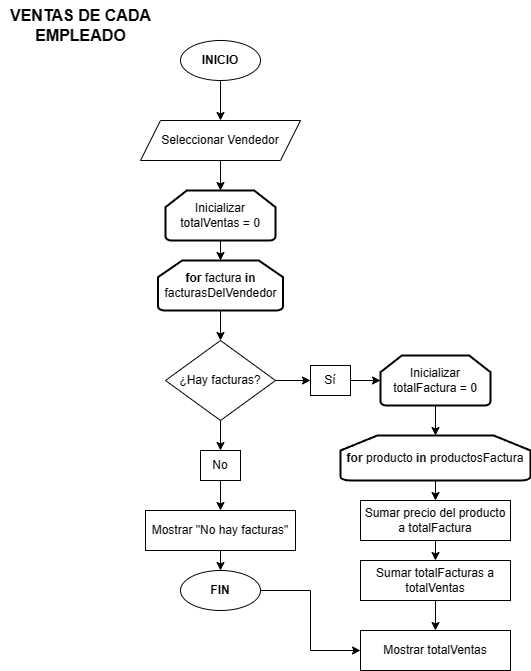
vitoriadelanachaves/diagramas_de_flujo keeps this draw.io diagram as VentasEmpleado.drawio.png. Above is the earlier version. Source tidied: cells renumbered, new cells last; positions are measured from the earlier drawing's top-left corner, leaving out a move shared by most shapes. Its diagram source:
```xml
<mxGraphModel>
  <root>
    <mxCell id="0" />
    <mxCell id="1" parent="0" />
    <mxCell id="2" value="Sí" style="rounded=0;whiteSpace=wrap;html=1;" parent="1" vertex="1">
      <mxGeometry x="310" y="365" width="40" height="30" as="geometry" />
    </mxCell>
    <mxCell id="3" style="edgeStyle=orthogonalEdgeStyle;rounded=0;jettySize=auto;html=1;exitX=0.5;exitY=1;exitDx=0;exitDy=0;entryX=0.5;entryY=0;entryDx=0;entryDy=0;" parent="1" edge="1" source="4" target="6">
      <mxGeometry relative="1" as="geometry" />
    </mxCell>
    <mxCell id="4" value="Sumar precio del producto a totalFactura" style="rounded=0;whiteSpace=wrap;html=1;" parent="1" vertex="1">
      <mxGeometry x="360" y="500" width="150" height="40" as="geometry" />
    </mxCell>
    <mxCell id="5" style="edgeStyle=orthogonalEdgeStyle;rounded=0;jettySize=auto;html=1;exitX=0.5;exitY=1;exitDx=0;exitDy=0;entryX=0.5;entryY=0;entryDx=0;entryDy=0;" parent="1" edge="1" source="6" target="16">
      <mxGeometry relative="1" as="geometry" />
    </mxCell>
    <mxCell id="6" value="Sumar totalFacturas a totalVentas" style="rounded=0;whiteSpace=wrap;html=1;" parent="1" vertex="1">
      <mxGeometry x="360" y="560" width="150" height="40" as="geometry" />
    </mxCell>
    <mxCell id="7" style="edgeStyle=orthogonalEdgeStyle;rounded=0;jettySize=auto;html=1;exitX=0.5;exitY=1;exitDx=0;exitDy=0;entryX=0.5;entryY=0;entryDx=0;entryDy=0;entryPerimeter=0;" parent="1" edge="1" source="8" target="17">
      <mxGeometry relative="1" as="geometry" />
    </mxCell>
    <mxCell id="8" value="Seleccionar Vendedor" style="shape=parallelogram;perimeter=parallelogramPerimeter;whiteSpace=wrap;html=1;fixedSize=1;" parent="1" vertex="1">
      <mxGeometry x="140" y="120" width="160" height="40" as="geometry" />
    </mxCell>
    <mxCell id="9" value="&lt;span style=&quot;font-size: 16px;&quot;&gt;&lt;b&gt;VENTAS DE CADA&lt;/b&gt;&lt;/span&gt;&lt;div&gt;&lt;span style=&quot;font-size: 16px;&quot;&gt;&lt;b&gt;EMPLEADO&lt;/b&gt;&lt;/span&gt;&lt;/div&gt;" style="text;html=1;align=center;verticalAlign=middle;strokeColor=none;fillColor=none;" parent="1" vertex="1">
      <mxGeometry width="160" height="50" as="geometry" />
    </mxCell>
    <mxCell id="10" style="edgeStyle=orthogonalEdgeStyle;rounded=0;jettySize=auto;html=1;exitX=0.5;exitY=1;exitDx=0;exitDy=0;entryX=0.5;entryY=0;entryDx=0;entryDy=0;" parent="1" edge="1" source="11" target="8">
      <mxGeometry relative="1" as="geometry" />
    </mxCell>
    <mxCell id="11" value="&lt;b&gt;INICIO&lt;/b&gt;" style="ellipse;whiteSpace=wrap;html=1;" parent="1" vertex="1">
      <mxGeometry x="180" y="40" width="80" height="40" as="geometry" />
    </mxCell>
    <mxCell id="12" style="edgeStyle=orthogonalEdgeStyle;rounded=0;jettySize=auto;html=1;exitX=1;exitY=0.5;exitDx=0;exitDy=0;entryX=0;entryY=0.5;entryDx=0;entryDy=0;" parent="1" edge="1" source="13" target="16">
      <mxGeometry relative="1" as="geometry" />
    </mxCell>
    <mxCell id="13" value="&lt;b&gt;FIN&lt;/b&gt;" style="ellipse;whiteSpace=wrap;html=1;" parent="1" vertex="1">
      <mxGeometry x="180" y="570" width="80" height="40" as="geometry" />
    </mxCell>
    <mxCell id="14" style="edgeStyle=orthogonalEdgeStyle;rounded=0;jettySize=auto;html=1;exitX=0.5;exitY=1;exitDx=0;exitDy=0;entryX=0.5;entryY=0;entryDx=0;entryDy=0;" parent="1" edge="1" source="15" target="28">
      <mxGeometry relative="1" as="geometry" />
    </mxCell>
    <mxCell id="15" value="No" style="rounded=0;whiteSpace=wrap;html=1;" parent="1" vertex="1">
      <mxGeometry x="200" y="450" width="40" height="30" as="geometry" />
    </mxCell>
    <mxCell id="16" value="Mostrar totalVentas" style="rounded=0;whiteSpace=wrap;html=1;" parent="1" vertex="1">
      <mxGeometry x="360" y="630" width="150" height="40" as="geometry" />
    </mxCell>
    <mxCell id="17" value="Inicializar totalVentas = 0" style="strokeWidth=2;html=1;shape=mxgraph.flowchart.loop_limit;whiteSpace=wrap;" parent="1" vertex="1">
      <mxGeometry x="165" y="190" width="110" height="50" as="geometry" />
    </mxCell>
    <mxCell id="18" style="edgeStyle=orthogonalEdgeStyle;rounded=0;jettySize=auto;html=1;exitX=0.5;exitY=1;exitDx=0;exitDy=0;exitPerimeter=0;entryX=0.5;entryY=0;entryDx=0;entryDy=0;" parent="1" edge="1" source="19" target="23">
      <mxGeometry relative="1" as="geometry" />
    </mxCell>
    <mxCell id="19" value="&lt;b&gt;for &lt;/b&gt;factura &lt;b&gt;in&lt;/b&gt; facturasDelVendedor" style="strokeWidth=2;html=1;shape=mxgraph.flowchart.loop_limit;whiteSpace=wrap;" parent="1" vertex="1">
      <mxGeometry x="157.5" y="260" width="125" height="50" as="geometry" />
    </mxCell>
    <mxCell id="20" style="edgeStyle=orthogonalEdgeStyle;rounded=0;jettySize=auto;html=1;exitX=0.5;exitY=1;exitDx=0;exitDy=0;exitPerimeter=0;entryX=0.5;entryY=0;entryDx=0;entryDy=0;entryPerimeter=0;" parent="1" edge="1" source="17" target="19">
      <mxGeometry relative="1" as="geometry" />
    </mxCell>
    <mxCell id="21" style="edgeStyle=orthogonalEdgeStyle;rounded=0;jettySize=auto;html=1;exitX=1;exitY=0.5;exitDx=0;exitDy=0;entryX=0;entryY=0.5;entryDx=0;entryDy=0;" parent="1" edge="1" source="23" target="2">
      <mxGeometry relative="1" as="geometry" />
    </mxCell>
    <mxCell id="22" style="edgeStyle=orthogonalEdgeStyle;rounded=0;jettySize=auto;html=1;exitX=0.5;exitY=1;exitDx=0;exitDy=0;entryX=0.5;entryY=0;entryDx=0;entryDy=0;" parent="1" edge="1" source="23">
      <mxGeometry relative="1" as="geometry">
        <mxPoint x="220" y="450" as="targetPoint" />
      </mxGeometry>
    </mxCell>
    <mxCell id="23" value="&lt;font style=&quot;font-size: 12px;&quot;&gt;¿Hay facturas?&lt;/font&gt;" style="rhombus;whiteSpace=wrap;html=1;" parent="1" vertex="1">
      <mxGeometry x="165" y="340" width="110" height="80" as="geometry" />
    </mxCell>
    <mxCell id="24" style="edgeStyle=orthogonalEdgeStyle;rounded=0;jettySize=auto;html=1;exitX=0.5;exitY=1;exitDx=0;exitDy=0;exitPerimeter=0;" parent="1" edge="1" source="25">
      <mxGeometry relative="1" as="geometry">
        <mxPoint x="435" y="405" as="targetPoint" />
      </mxGeometry>
    </mxCell>
    <mxCell id="25" value="Inicializar totalFactura = 0" style="strokeWidth=2;html=1;shape=mxgraph.flowchart.loop_limit;whiteSpace=wrap;" parent="1" vertex="1">
      <mxGeometry x="380" y="355" width="110" height="50" as="geometry" />
    </mxCell>
    <mxCell id="26" style="edgeStyle=orthogonalEdgeStyle;rounded=0;jettySize=auto;html=1;exitX=1;exitY=0.5;exitDx=0;exitDy=0;entryX=0;entryY=0.5;entryDx=0;entryDy=0;entryPerimeter=0;" parent="1" edge="1" source="2" target="25">
      <mxGeometry relative="1" as="geometry" />
    </mxCell>
    <mxCell id="27" style="edgeStyle=orthogonalEdgeStyle;rounded=0;jettySize=auto;html=1;exitX=0.5;exitY=1;exitDx=0;exitDy=0;entryX=0.5;entryY=0;entryDx=0;entryDy=0;" parent="1" edge="1" source="28" target="13">
      <mxGeometry relative="1" as="geometry" />
    </mxCell>
    <mxCell id="28" value="Mostrar &quot;No hay facturas&quot;" style="rounded=0;whiteSpace=wrap;html=1;" parent="1" vertex="1">
      <mxGeometry x="145" y="510" width="150" height="40" as="geometry" />
    </mxCell>
    <mxCell id="29" style="edgeStyle=orthogonalEdgeStyle;rounded=0;jettySize=auto;html=1;exitX=0.5;exitY=1;exitDx=0;exitDy=0;exitPerimeter=0;entryX=0.5;entryY=0;entryDx=0;entryDy=0;" parent="1" edge="1" source="30" target="4">
      <mxGeometry relative="1" as="geometry" />
    </mxCell>
    <mxCell id="30" value="&lt;b&gt;for&amp;nbsp;&lt;/b&gt;producto&amp;nbsp;&lt;b&gt;in&lt;/b&gt;&amp;nbsp;productosFactura" style="strokeWidth=2;html=1;shape=mxgraph.flowchart.loop_limit;whiteSpace=wrap;" parent="1" vertex="1">
      <mxGeometry x="340" y="435" width="190" height="45" as="geometry" />
    </mxCell>
    <mxCell id="31" style="edgeStyle=orthogonalEdgeStyle;rounded=0;jettySize=auto;html=1;exitX=0.5;exitY=1;exitDx=0;exitDy=0;exitPerimeter=0;entryX=0.5;entryY=0;entryDx=0;entryDy=0;entryPerimeter=0;" parent="1" edge="1" source="25" target="30">
      <mxGeometry relative="1" as="geometry" />
    </mxCell>
  </root>
</mxGraphModel>
```
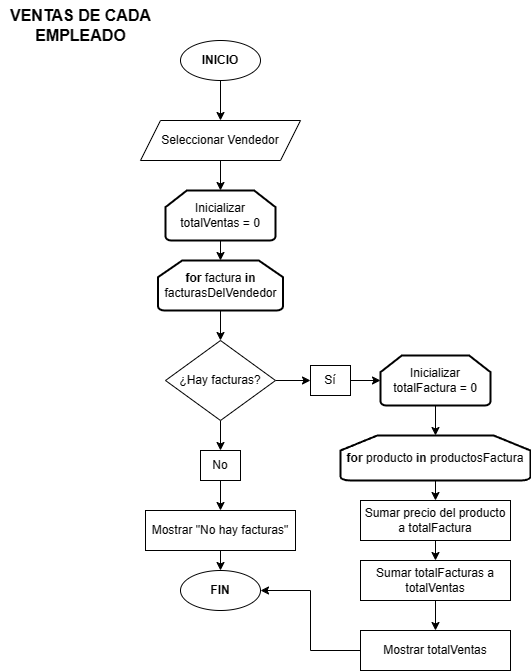
After the commit.

Diff of the diagram source:
```diff
@@ -32,9 +32,6 @@
     <mxCell id="11" value="&lt;b&gt;INICIO&lt;/b&gt;" style="ellipse;whiteSpace=wrap;html=1;" parent="1" vertex="1">
       <mxGeometry x="180" y="40" width="80" height="40" as="geometry" />
     </mxCell>
-    <mxCell id="12" style="edgeStyle=orthogonalEdgeStyle;rounded=0;jettySize=auto;html=1;exitX=1;exitY=0.5;exitDx=0;exitDy=0;entryX=0;entryY=0.5;entryDx=0;entryDy=0;" parent="1" edge="1" source="13" target="16">
-      <mxGeometry relative="1" as="geometry" />
-    </mxCell>
     <mxCell id="13" value="&lt;b&gt;FIN&lt;/b&gt;" style="ellipse;whiteSpace=wrap;html=1;" parent="1" vertex="1">
       <mxGeometry x="180" y="570" width="80" height="40" as="geometry" />
     </mxCell>
@@ -44,6 +41,9 @@
     <mxCell id="15" value="No" style="rounded=0;whiteSpace=wrap;html=1;" parent="1" vertex="1">
       <mxGeometry x="200" y="450" width="40" height="30" as="geometry" />
     </mxCell>
+    <mxCell id="32" style="edgeStyle=orthogonalEdgeStyle;rounded=0;jettySize=auto;html=1;exitX=0;exitY=0.5;exitDx=0;exitDy=0;entryX=1;entryY=0.5;entryDx=0;entryDy=0;" parent="1" edge="1" source="16" target="13">
+      <mxGeometry relative="1" as="geometry" />
+    </mxCell>
     <mxCell id="16" value="Mostrar totalVentas" style="rounded=0;whiteSpace=wrap;html=1;" parent="1" vertex="1">
       <mxGeometry x="360" y="630" width="150" height="40" as="geometry" />
     </mxCell>
```
